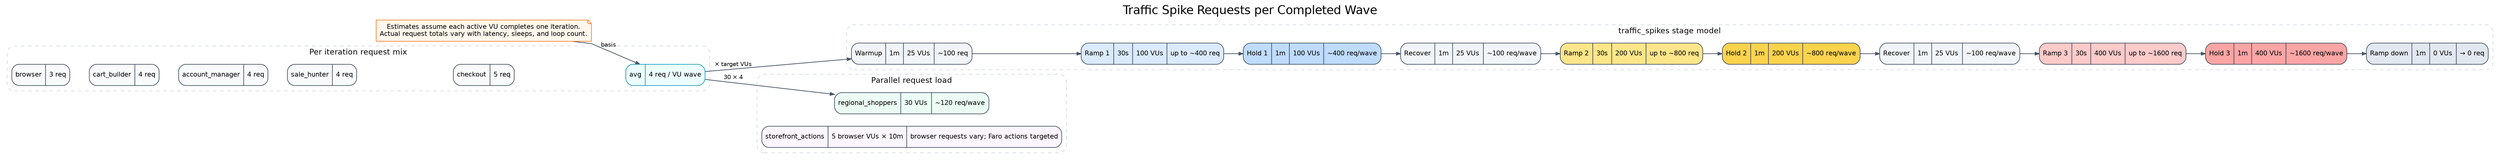
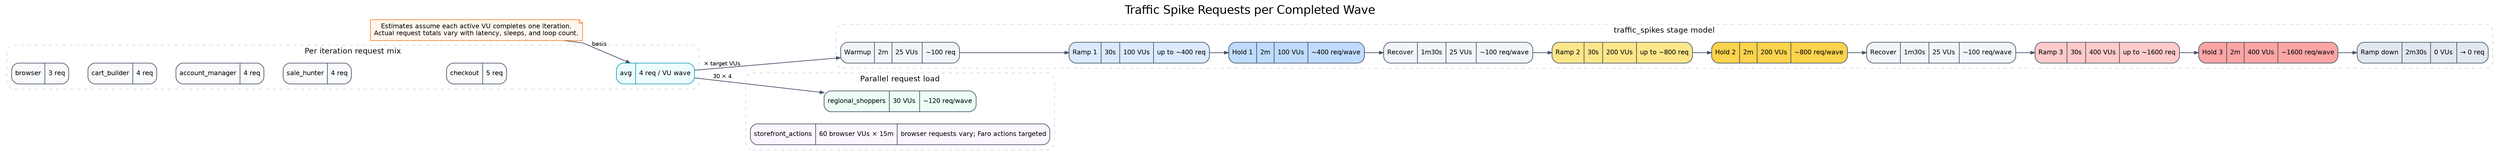
digraph traffic_spike_requests_only {
  graph [rankdir=LR, labelloc=t, label="Traffic Spike Requests per Completed Wave", fontsize=20, fontname="Helvetica", nodesep=0.28, ranksep=0.45, splines=polyline, outputorder=edgesfirst];
  node [shape=record, style="rounded,filled", fontname="Helvetica", fontsize=11, color="#334155", fillcolor="#f8fafc", margin="0.08,0.05"];
  edge [color="#475569", arrowsize=0.7, penwidth=1.2, fontname="Helvetica", fontsize=10];

  note [shape=note, fillcolor="#fff7ed", color="#f97316", label="Estimates assume each active VU completes one iteration.\nActual request totals vary with latency, sleeps, and loop count."];

  subgraph cluster_persona_math {
    label="Per iteration request mix"; color="#cbd5e1"; style="rounded,dashed"; fontsize=13; fontname="Helvetica";
    p_browser [label="{browser|3 req}"];
    p_cart [label="{cart_builder|4 req}"];
    p_account [label="{account_manager|4 req}"];
    p_sale [label="{sale_hunter|4 req}"];
    p_checkout [label="{checkout|5 req}"];
    p_avg [label="{avg|4 req / VU wave}", fillcolor="#ecfeff", color="#0891b2"];
    p_browser -> p_cart -> p_account -> p_sale -> p_checkout -> p_avg [style=invis];
  }

  subgraph cluster_stage_flow {
    label="traffic_spikes stage model"; color="#cbd5e1"; style="rounded,dashed"; fontsize=13; fontname="Helvetica";
-     warmup [label="{Warmup|1m|25 VUs|~100 req}", fillcolor="#f1f5f9"];
+     warmup [label="{Warmup|2m|25 VUs|~100 req}", fillcolor="#f1f5f9"];
    ramp1 [label="{Ramp 1|30s|100 VUs|up to ~400 req}", fillcolor="#dbeafe"];
-     hold1 [label="{Hold 1|1m|100 VUs|~400 req/wave}", fillcolor="#bfdbfe"];
-     rec1 [label="{Recover|1m|25 VUs|~100 req/wave}", fillcolor="#f1f5f9"];
+     hold1 [label="{Hold 1|2m|100 VUs|~400 req/wave}", fillcolor="#bfdbfe"];
+     rec1 [label="{Recover|1m30s|25 VUs|~100 req/wave}", fillcolor="#f1f5f9"];
    ramp2 [label="{Ramp 2|30s|200 VUs|up to ~800 req}", fillcolor="#fde68a"];
-     hold2 [label="{Hold 2|1m|200 VUs|~800 req/wave}", fillcolor="#fcd34d"];
-     rec2 [label="{Recover|1m|25 VUs|~100 req/wave}", fillcolor="#f1f5f9"];
+     hold2 [label="{Hold 2|2m|200 VUs|~800 req/wave}", fillcolor="#fcd34d"];
+     rec2 [label="{Recover|1m30s|25 VUs|~100 req/wave}", fillcolor="#f1f5f9"];
    ramp3 [label="{Ramp 3|30s|400 VUs|up to ~1600 req}", fillcolor="#fecaca"];
-     hold3 [label="{Hold 3|1m|400 VUs|~1600 req/wave}", fillcolor="#fca5a5"];
-     down [label="{Ramp down|1m|0 VUs|→ 0 req}", fillcolor="#e2e8f0"];
+     hold3 [label="{Hold 3|2m|400 VUs|~1600 req/wave}", fillcolor="#fca5a5"];
+     down [label="{Ramp down|2m30s|0 VUs|→ 0 req}", fillcolor="#e2e8f0"];
    warmup -> ramp1 -> hold1 -> rec1 -> ramp2 -> hold2 -> rec2 -> ramp3 -> hold3 -> down;
  }

  subgraph cluster_parallel {
    label="Parallel request load"; color="#cbd5e1"; style="rounded,dashed"; fontsize=13; fontname="Helvetica";
    regional [label="{regional_shoppers|30 VUs|~120 req/wave}", fillcolor="#ecfdf5"];
-     browser_actions [label="{storefront_actions|5 browser VUs × 10m|browser requests vary; Faro actions targeted}", fillcolor="#faf5ff"];
+     browser_actions [label="{storefront_actions|60 browser VUs × 15m|browser requests vary; Faro actions targeted}", fillcolor="#faf5ff"];
  }

  note -> p_avg [label="basis"];
  p_avg -> warmup [label="× target VUs"];
  p_avg -> regional [label="30 × 4"];
}

